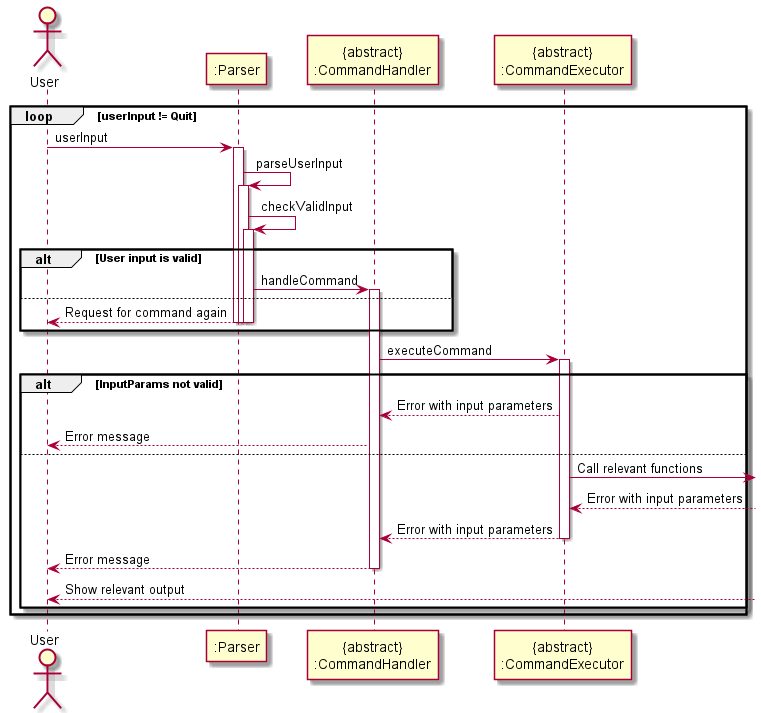
This is docs/images/ParserSequenceDiagram.png from nus-cs2113-AY2122S1/tp, a PlantUML export, as it was before one commit.
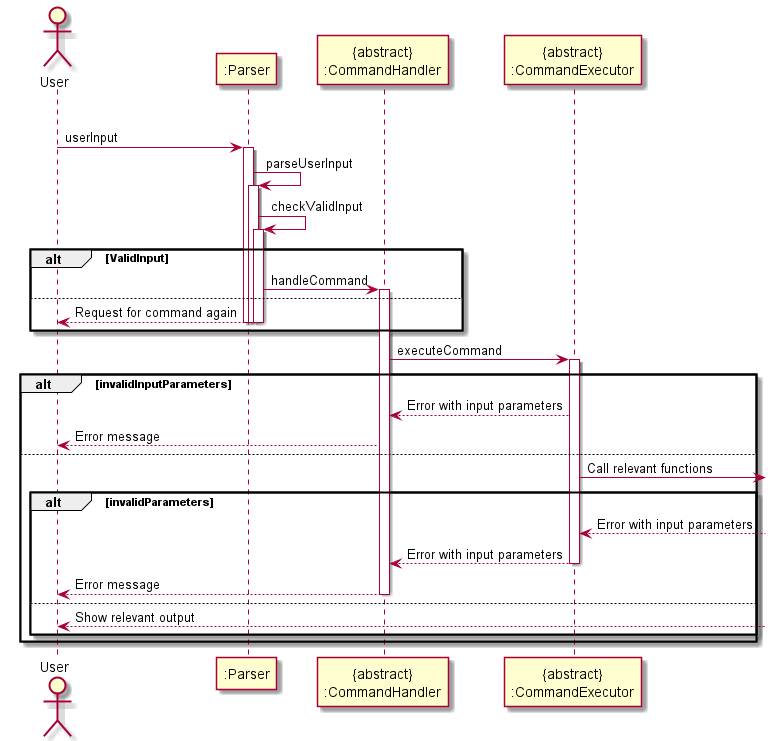
Above is the later version.

What changed in the source:
```diff
@@ -11,7 +11,7 @@
 Parser -> Parser: parseUserInput
 activate Parser
 Parser -> Parser: checkValidInput
-alt User input is valid
+alt ValidInput
 activate Parser
 Parser -> CommandHandler: handleCommand
 activate CommandHandler
@@ -26,19 +26,28 @@
 
 
 activate CommandExecutor
-alt InputParams not valid
+alt invalidInputParameters
 CommandHandler <-- CommandExecutor: Error with input parameters
 User <-- CommandHandler: Error message
 
+
 else
 CommandExecutor -> : Call relevant functions
+
+alt invalidParameters
 CommandExecutor <-- : Error with input parameters
 CommandHandler <-- CommandExecutor: Error with input parameters
 deactivate CommandExecutor
 User <-- CommandHandler: Error message
 deactivate CommandHandler
 
+else
 User <--  : Show relevant output
+
+
+
+
+
 
 
 
```
